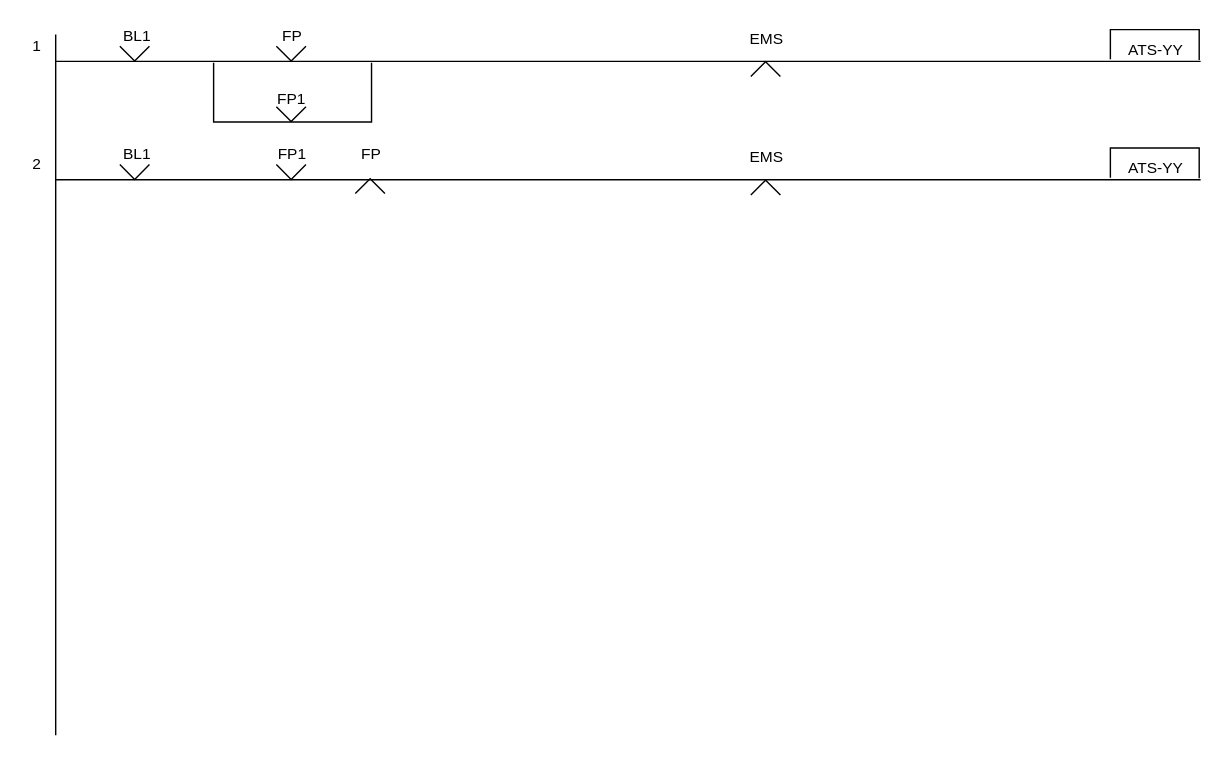
Earlier version of the draw.io diagram page "ATS제어" (3 of 6) of Untitled Diagram.drawio (chillin2/MyDraw.io). Source tidied: cells renumbered, new cells numbered last; positions are measured from the earlier drawing's top-left corner, leaving out a move shared by most shapes. Both pictures are drawn from the tidied source at 141%, with x=0, y=0 at pixel (24, 24).
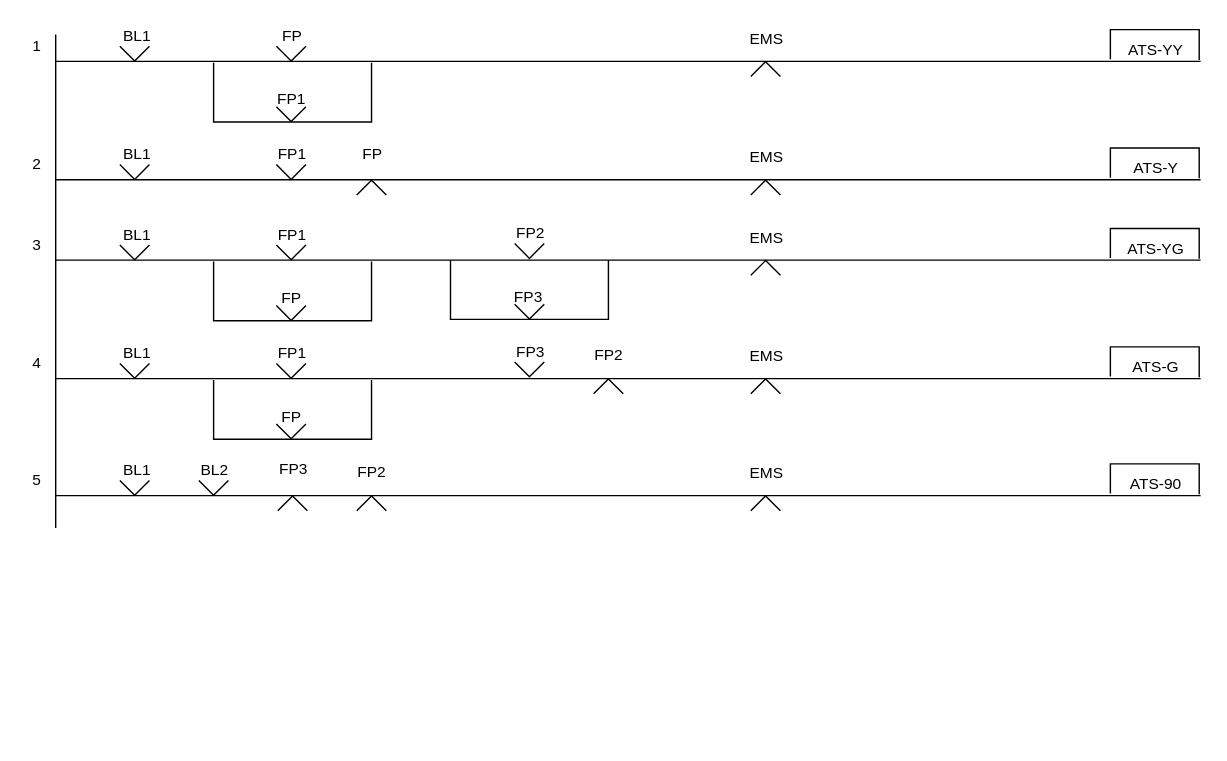
After the change.

Change to the diagram source:
```diff
@@
     <mxCell id="2" style="endArrow=none;html=1;rounded=0;" parent="1" edge="1">
       <mxGeometry relative="1" as="geometry">
-        <mxPoint x="22" y="504" as="sourcePoint" />
+        <mxPoint x="22" y="357" as="sourcePoint" />
         <mxPoint x="22" y="7" as="targetPoint" />
       </mxGeometry>
     </mxCell>
@@
-    <mxCell id="19" value="ATS-YY" style="text;html=1;strokeColor=none;fillColor=none;align=center;verticalAlign=middle;whiteSpace=wrap;rounded=0;fontFamily=Helvetica;fontSize=11;fontColor=default;" parent="1" vertex="1">
+    <mxCell id="19" value="ATS-Y" style="text;html=1;strokeColor=none;fillColor=none;align=center;verticalAlign=middle;whiteSpace=wrap;rounded=0;fontFamily=Helvetica;fontSize=11;fontColor=default;" parent="1" vertex="1">
       <mxGeometry x="779" y="95" width="47" height="13" as="geometry" />
     </mxCell>
@@
     <mxCell id="26" value="FP" style="text;html=1;strokeColor=none;fillColor=none;align=center;verticalAlign=middle;whiteSpace=wrap;rounded=0;fontFamily=Helvetica;fontSize=11;fontColor=default;" parent="1" vertex="1">
-      <mxGeometry x="226" y="85" width="40" height="14" as="geometry" />
+      <mxGeometry x="227" y="85" width="40" height="14" as="geometry" />
     </mxCell>
     <mxCell id="27" style="verticalLabelPosition=bottom;html=1;verticalAlign=top;align=center;shape=mxgraph.floorplan.windowBow;strokeWidth=1;fontSize=11;direction=west;" parent="1" vertex="1">
-      <mxGeometry x="234.5" y="109" width="21" height="11" as="geometry" />
+      <mxGeometry x="235.5" y="110" width="21" height="11" as="geometry" />
     </mxCell>
+    <mxCell id="28" style="endArrow=none;html=1;rounded=0;" parent="1" edge="1">
+      <mxGeometry relative="1" as="geometry">
+        <mxPoint x="22" y="167" as="sourcePoint" />
+        <mxPoint x="834" y="167" as="targetPoint" />
+      </mxGeometry>
+    </mxCell>
+    <mxCell id="29" value="BL1" style="text;html=1;strokeColor=none;fillColor=none;align=center;verticalAlign=middle;whiteSpace=wrap;rounded=0;fontFamily=Helvetica;fontSize=11;fontColor=default;" parent="1" vertex="1">
+      <mxGeometry x="60" y="141" width="40" height="15" as="geometry" />
+    </mxCell>
+    <mxCell id="30" value="FP1" style="text;html=1;strokeColor=none;fillColor=none;align=center;verticalAlign=middle;whiteSpace=wrap;rounded=0;fontFamily=Helvetica;fontSize=11;fontColor=default;" parent="1" vertex="1">
+      <mxGeometry x="170" y="142" width="40" height="14" as="geometry" />
+    </mxCell>
+    <mxCell id="31" value="ATS-YG" style="text;html=1;strokeColor=none;fillColor=none;align=center;verticalAlign=middle;whiteSpace=wrap;rounded=0;fontFamily=Helvetica;fontSize=11;fontColor=default;" parent="1" vertex="1">
+      <mxGeometry x="779" y="152" width="47" height="13" as="geometry" />
+    </mxCell>
+    <mxCell id="32" style="endArrow=none;html=1;rounded=0;" parent="1" edge="1">
+      <mxGeometry relative="1" as="geometry">
+        <mxPoint x="134" y="168" as="sourcePoint" />
+        <mxPoint x="246" y="168" as="targetPoint" />
+        <Array as="points">
+          <mxPoint x="134" y="210" />
+          <mxPoint x="246" y="210" />
+        </Array>
+      </mxGeometry>
+    </mxCell>
+    <mxCell id="33" value="FP" style="text;html=1;strokeColor=none;fillColor=none;align=center;verticalAlign=middle;whiteSpace=wrap;rounded=0;fontFamily=Helvetica;fontSize=11;fontColor=default;" parent="1" vertex="1">
+      <mxGeometry x="166" y="188" width="47" height="11" as="geometry" />
+    </mxCell>
+    <mxCell id="34" value="EMS" style="text;html=1;strokeColor=none;fillColor=none;align=center;verticalAlign=middle;whiteSpace=wrap;rounded=0;fontFamily=Helvetica;fontSize=11;fontColor=default;" parent="1" vertex="1">
+      <mxGeometry x="508" y="143" width="37" height="15" as="geometry" />
+    </mxCell>
+    <mxCell id="35" style="endArrow=none;html=1;rounded=0;labelBackgroundColor=default;fontFamily=Helvetica;fontSize=11;fontColor=default;startSize=3;endSize=3;sourcePerimeterSpacing=0;strokeColor=default;shape=connector;jumpStyle=none;jumpSize=6;" parent="1" edge="1">
+      <mxGeometry relative="1" as="geometry">
+        <mxPoint x="770" y="165.5" as="sourcePoint" />
+        <mxPoint x="833" y="166" as="targetPoint" />
+        <Array as="points">
+          <mxPoint x="770" y="144.5" />
+          <mxPoint x="833" y="144.5" />
+        </Array>
+      </mxGeometry>
+    </mxCell>
+    <mxCell id="36" style="verticalLabelPosition=bottom;html=1;verticalAlign=top;align=center;shape=mxgraph.floorplan.windowBow;strokeWidth=1;fontSize=11;" parent="1" vertex="1">
+      <mxGeometry x="67.5" y="156" width="21" height="11" as="geometry" />
+    </mxCell>
+    <mxCell id="37" style="verticalLabelPosition=bottom;html=1;verticalAlign=top;align=center;shape=mxgraph.floorplan.windowBow;strokeWidth=1;fontSize=11;" parent="1" vertex="1">
+      <mxGeometry x="178.5" y="156" width="21" height="11" as="geometry" />
+    </mxCell>
+    <mxCell id="38" style="verticalLabelPosition=bottom;html=1;verticalAlign=top;align=center;shape=mxgraph.floorplan.windowBow;strokeWidth=1;fontSize=11;" parent="1" vertex="1">
+      <mxGeometry x="178.5" y="199" width="21" height="11" as="geometry" />
+    </mxCell>
+    <mxCell id="39" style="verticalLabelPosition=bottom;html=1;verticalAlign=top;align=center;shape=mxgraph.floorplan.windowBow;strokeWidth=1;fontSize=11;direction=west;" parent="1" vertex="1">
+      <mxGeometry x="515" y="167" width="21" height="11" as="geometry" />
+    </mxCell>
+    <mxCell id="40" value="3" style="text;html=1;strokeColor=none;fillColor=none;align=center;verticalAlign=middle;whiteSpace=wrap;rounded=0;fontFamily=Helvetica;fontSize=11;fontColor=default;" parent="1" vertex="1">
+      <mxGeometry y="148" width="18" height="16" as="geometry" />
+    </mxCell>
+    <mxCell id="41" value="FP2" style="text;html=1;strokeColor=none;fillColor=none;align=center;verticalAlign=middle;whiteSpace=wrap;rounded=0;fontFamily=Helvetica;fontSize=11;fontColor=default;" parent="1" vertex="1">
+      <mxGeometry x="339" y="141" width="40" height="14" as="geometry" />
+    </mxCell>
+    <mxCell id="42" style="endArrow=none;html=1;rounded=0;" parent="1" edge="1">
+      <mxGeometry relative="1" as="geometry">
+        <mxPoint x="302" y="167" as="sourcePoint" />
+        <mxPoint x="414" y="167" as="targetPoint" />
+        <Array as="points">
+          <mxPoint x="302" y="209" />
+          <mxPoint x="414" y="209" />
+        </Array>
+      </mxGeometry>
+    </mxCell>
+    <mxCell id="43" value="FP3" style="text;html=1;strokeColor=none;fillColor=none;align=center;verticalAlign=middle;whiteSpace=wrap;rounded=0;fontFamily=Helvetica;fontSize=11;fontColor=default;" parent="1" vertex="1">
+      <mxGeometry x="334" y="187" width="47" height="11" as="geometry" />
+    </mxCell>
+    <mxCell id="44" style="verticalLabelPosition=bottom;html=1;verticalAlign=top;align=center;shape=mxgraph.floorplan.windowBow;strokeWidth=1;fontSize=11;" parent="1" vertex="1">
+      <mxGeometry x="347.5" y="155" width="21" height="11" as="geometry" />
+    </mxCell>
+    <mxCell id="45" style="verticalLabelPosition=bottom;html=1;verticalAlign=top;align=center;shape=mxgraph.floorplan.windowBow;strokeWidth=1;fontSize=11;" parent="1" vertex="1">
+      <mxGeometry x="347.5" y="198" width="21" height="11" as="geometry" />
+    </mxCell>
+    <mxCell id="46" style="endArrow=none;html=1;rounded=0;" parent="1" edge="1">
+      <mxGeometry relative="1" as="geometry">
+        <mxPoint x="22" y="251" as="sourcePoint" />
+        <mxPoint x="834" y="251" as="targetPoint" />
+      </mxGeometry>
+    </mxCell>
+    <mxCell id="47" value="BL1" style="text;html=1;strokeColor=none;fillColor=none;align=center;verticalAlign=middle;whiteSpace=wrap;rounded=0;fontFamily=Helvetica;fontSize=11;fontColor=default;" parent="1" vertex="1">
+      <mxGeometry x="60" y="225" width="40" height="15" as="geometry" />
+    </mxCell>
+    <mxCell id="48" value="FP1" style="text;html=1;strokeColor=none;fillColor=none;align=center;verticalAlign=middle;whiteSpace=wrap;rounded=0;fontFamily=Helvetica;fontSize=11;fontColor=default;" parent="1" vertex="1">
+      <mxGeometry x="170" y="226" width="40" height="14" as="geometry" />
+    </mxCell>
+    <mxCell id="49" value="ATS-G" style="text;html=1;strokeColor=none;fillColor=none;align=center;verticalAlign=middle;whiteSpace=wrap;rounded=0;fontFamily=Helvetica;fontSize=11;fontColor=default;" parent="1" vertex="1">
+      <mxGeometry x="779" y="236" width="47" height="13" as="geometry" />
+    </mxCell>
+    <mxCell id="50" style="endArrow=none;html=1;rounded=0;" parent="1" edge="1">
+      <mxGeometry relative="1" as="geometry">
+        <mxPoint x="134" y="252" as="sourcePoint" />
+        <mxPoint x="246" y="252" as="targetPoint" />
+        <Array as="points">
+          <mxPoint x="134" y="294" />
+          <mxPoint x="246" y="294" />
+        </Array>
+      </mxGeometry>
+    </mxCell>
+    <mxCell id="51" value="FP" style="text;html=1;strokeColor=none;fillColor=none;align=center;verticalAlign=middle;whiteSpace=wrap;rounded=0;fontFamily=Helvetica;fontSize=11;fontColor=default;" parent="1" vertex="1">
+      <mxGeometry x="166" y="272" width="47" height="11" as="geometry" />
+    </mxCell>
+    <mxCell id="52" value="EMS" style="text;html=1;strokeColor=none;fillColor=none;align=center;verticalAlign=middle;whiteSpace=wrap;rounded=0;fontFamily=Helvetica;fontSize=11;fontColor=default;" parent="1" vertex="1">
+      <mxGeometry x="508" y="227" width="37" height="15" as="geometry" />
+    </mxCell>
+    <mxCell id="53" style="endArrow=none;html=1;rounded=0;labelBackgroundColor=default;fontFamily=Helvetica;fontSize=11;fontColor=default;startSize=3;endSize=3;sourcePerimeterSpacing=0;strokeColor=default;shape=connector;jumpStyle=none;jumpSize=6;" parent="1" edge="1">
+      <mxGeometry relative="1" as="geometry">
+        <mxPoint x="770" y="249.5" as="sourcePoint" />
+        <mxPoint x="833" y="250" as="targetPoint" />
+        <Array as="points">
+          <mxPoint x="770" y="228.5" />
+          <mxPoint x="833" y="228.5" />
+        </Array>
+      </mxGeometry>
+    </mxCell>
+    <mxCell id="54" style="verticalLabelPosition=bottom;html=1;verticalAlign=top;align=center;shape=mxgraph.floorplan.windowBow;strokeWidth=1;fontSize=11;" parent="1" vertex="1">
+      <mxGeometry x="67.5" y="240" width="21" height="11" as="geometry" />
+    </mxCell>
+    <mxCell id="55" style="verticalLabelPosition=bottom;html=1;verticalAlign=top;align=center;shape=mxgraph.floorplan.windowBow;strokeWidth=1;fontSize=11;" parent="1" vertex="1">
+      <mxGeometry x="178.5" y="240" width="21" height="11" as="geometry" />
+    </mxCell>
+    <mxCell id="56" style="verticalLabelPosition=bottom;html=1;verticalAlign=top;align=center;shape=mxgraph.floorplan.windowBow;strokeWidth=1;fontSize=11;" parent="1" vertex="1">
+      <mxGeometry x="178.5" y="283" width="21" height="11" as="geometry" />
+    </mxCell>
+    <mxCell id="57" style="verticalLabelPosition=bottom;html=1;verticalAlign=top;align=center;shape=mxgraph.floorplan.windowBow;strokeWidth=1;fontSize=11;direction=west;" parent="1" vertex="1">
+      <mxGeometry x="515" y="251" width="21" height="11" as="geometry" />
+    </mxCell>
+    <mxCell id="58" value="4" style="text;html=1;strokeColor=none;fillColor=none;align=center;verticalAlign=middle;whiteSpace=wrap;rounded=0;fontFamily=Helvetica;fontSize=11;fontColor=default;" parent="1" vertex="1">
+      <mxGeometry y="232" width="18" height="16" as="geometry" />
+    </mxCell>
+    <mxCell id="59" value="FP3" style="text;html=1;strokeColor=none;fillColor=none;align=center;verticalAlign=middle;whiteSpace=wrap;rounded=0;fontFamily=Helvetica;fontSize=11;fontColor=default;" parent="1" vertex="1">
+      <mxGeometry x="339" y="225" width="40" height="14" as="geometry" />
+    </mxCell>
+    <mxCell id="60" value="FP2" style="text;html=1;strokeColor=none;fillColor=none;align=center;verticalAlign=middle;whiteSpace=wrap;rounded=0;fontFamily=Helvetica;fontSize=11;fontColor=default;" parent="1" vertex="1">
+      <mxGeometry x="391" y="228" width="47" height="11" as="geometry" />
+    </mxCell>
+    <mxCell id="61" style="verticalLabelPosition=bottom;html=1;verticalAlign=top;align=center;shape=mxgraph.floorplan.windowBow;strokeWidth=1;fontSize=11;" parent="1" vertex="1">
+      <mxGeometry x="347.5" y="239" width="21" height="11" as="geometry" />
+    </mxCell>
+    <mxCell id="62" style="verticalLabelPosition=bottom;html=1;verticalAlign=top;align=center;shape=mxgraph.floorplan.windowBow;strokeWidth=1;fontSize=11;direction=west;" parent="1" vertex="1">
+      <mxGeometry x="403.5" y="251" width="21" height="11" as="geometry" />
+    </mxCell>
+    <mxCell id="63" style="endArrow=none;html=1;rounded=0;" parent="1" edge="1">
+      <mxGeometry relative="1" as="geometry">
+        <mxPoint x="22" y="334" as="sourcePoint" />
+        <mxPoint x="834" y="334" as="targetPoint" />
+      </mxGeometry>
+    </mxCell>
+    <mxCell id="64" value="BL1" style="text;html=1;strokeColor=none;fillColor=none;align=center;verticalAlign=middle;whiteSpace=wrap;rounded=0;fontFamily=Helvetica;fontSize=11;fontColor=default;" parent="1" vertex="1">
+      <mxGeometry x="60" y="308" width="40" height="15" as="geometry" />
+    </mxCell>
+    <mxCell id="65" value="BL2" style="text;html=1;strokeColor=none;fillColor=none;align=center;verticalAlign=middle;whiteSpace=wrap;rounded=0;fontFamily=Helvetica;fontSize=11;fontColor=default;" parent="1" vertex="1">
+      <mxGeometry x="115" y="309" width="40" height="14" as="geometry" />
+    </mxCell>
+    <mxCell id="66" value="ATS-90" style="text;html=1;strokeColor=none;fillColor=none;align=center;verticalAlign=middle;whiteSpace=wrap;rounded=0;fontFamily=Helvetica;fontSize=11;fontColor=default;" parent="1" vertex="1">
+      <mxGeometry x="779" y="319" width="47" height="13" as="geometry" />
+    </mxCell>
+    <mxCell id="67" value="EMS" style="text;html=1;strokeColor=none;fillColor=none;align=center;verticalAlign=middle;whiteSpace=wrap;rounded=0;fontFamily=Helvetica;fontSize=11;fontColor=default;" parent="1" vertex="1">
+      <mxGeometry x="508" y="310" width="37" height="15" as="geometry" />
+    </mxCell>
+    <mxCell id="68" style="endArrow=none;html=1;rounded=0;labelBackgroundColor=default;fontFamily=Helvetica;fontSize=11;fontColor=default;startSize=3;endSize=3;sourcePerimeterSpacing=0;strokeColor=default;shape=connector;jumpStyle=none;jumpSize=6;" parent="1" edge="1">
+      <mxGeometry relative="1" as="geometry">
+        <mxPoint x="770" y="332.5" as="sourcePoint" />
+        <mxPoint x="833" y="333" as="targetPoint" />
+        <Array as="points">
+          <mxPoint x="770" y="311.5" />
+          <mxPoint x="833" y="311.5" />
+        </Array>
+      </mxGeometry>
+    </mxCell>
+    <mxCell id="69" style="verticalLabelPosition=bottom;html=1;verticalAlign=top;align=center;shape=mxgraph.floorplan.windowBow;strokeWidth=1;fontSize=11;" parent="1" vertex="1">
+      <mxGeometry x="67.5" y="323" width="21" height="11" as="geometry" />
+    </mxCell>
+    <mxCell id="70" style="verticalLabelPosition=bottom;html=1;verticalAlign=top;align=center;shape=mxgraph.floorplan.windowBow;strokeWidth=1;fontSize=11;" parent="1" vertex="1">
+      <mxGeometry x="123.5" y="323" width="21" height="11" as="geometry" />
+    </mxCell>
+    <mxCell id="71" style="verticalLabelPosition=bottom;html=1;verticalAlign=top;align=center;shape=mxgraph.floorplan.windowBow;strokeWidth=1;fontSize=11;direction=west;" parent="1" vertex="1">
+      <mxGeometry x="515" y="334" width="21" height="11" as="geometry" />
+    </mxCell>
+    <mxCell id="72" value="5" style="text;html=1;strokeColor=none;fillColor=none;align=center;verticalAlign=middle;whiteSpace=wrap;rounded=0;fontFamily=Helvetica;fontSize=11;fontColor=default;" parent="1" vertex="1">
+      <mxGeometry y="315" width="18" height="16" as="geometry" />
+    </mxCell>
+    <mxCell id="73" value="FP3" style="text;html=1;strokeColor=none;fillColor=none;align=center;verticalAlign=middle;whiteSpace=wrap;rounded=0;fontFamily=Helvetica;fontSize=11;fontColor=default;" parent="1" vertex="1">
+      <mxGeometry x="171" y="308" width="40" height="14" as="geometry" />
+    </mxCell>
+    <mxCell id="74" value="FP2" style="text;html=1;strokeColor=none;fillColor=none;align=center;verticalAlign=middle;whiteSpace=wrap;rounded=0;fontFamily=Helvetica;fontSize=11;fontColor=default;" parent="1" vertex="1">
+      <mxGeometry x="223" y="311" width="47" height="11" as="geometry" />
+    </mxCell>
+    <mxCell id="75" style="verticalLabelPosition=bottom;html=1;verticalAlign=top;align=center;shape=mxgraph.floorplan.windowBow;strokeWidth=1;fontSize=11;direction=west;" parent="1" vertex="1">
+      <mxGeometry x="179.5" y="334" width="21" height="11" as="geometry" />
+    </mxCell>
+    <mxCell id="76" style="verticalLabelPosition=bottom;html=1;verticalAlign=top;align=center;shape=mxgraph.floorplan.windowBow;strokeWidth=1;fontSize=11;direction=west;" parent="1" vertex="1">
+      <mxGeometry x="235.5" y="334" width="21" height="11" as="geometry" />
+    </mxCell>
```
